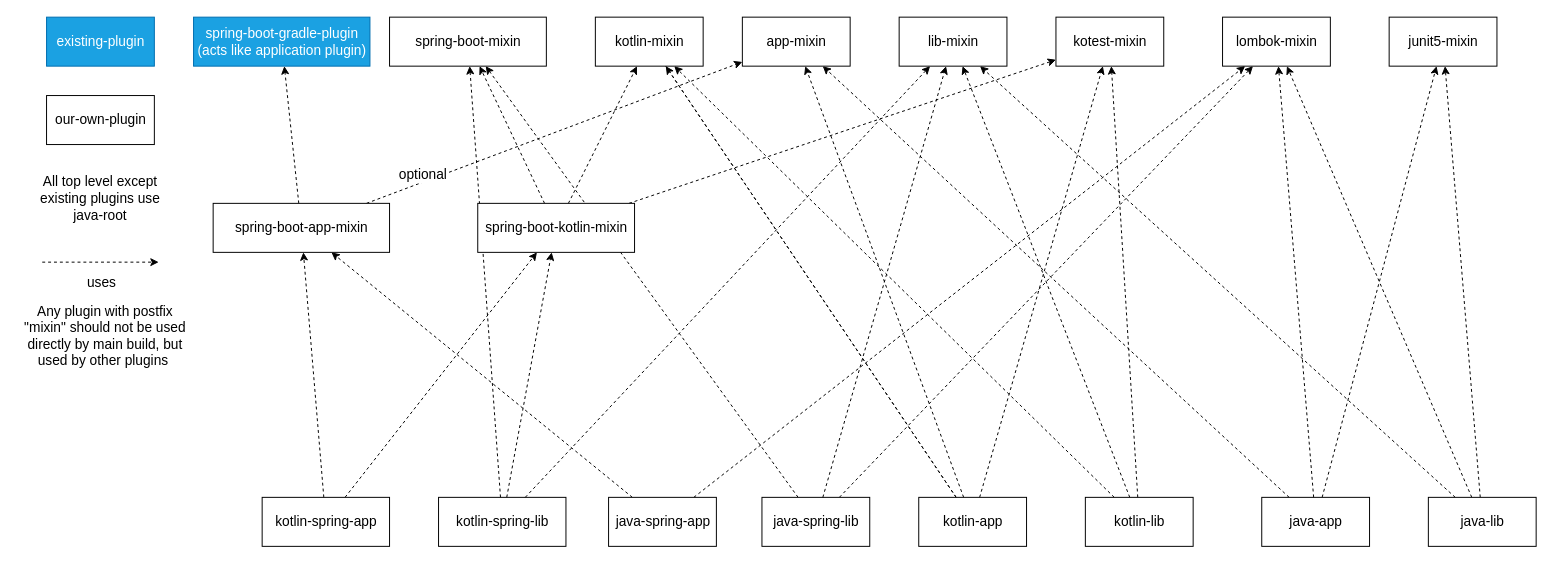
CXwudi/modern-gradle-template keeps this draw.io diagram as gradle/plugins/gradle plugins structure.drawio. Above is the earlier version. Source tidied: cells renumbered, new cells numbered last; positions are measured from the earlier drawing's top-left corner, leaving out a move shared by most shapes. Both pictures are drawn from the tidied source at 98%, with x=0, y=0 at pixel (17, 17).
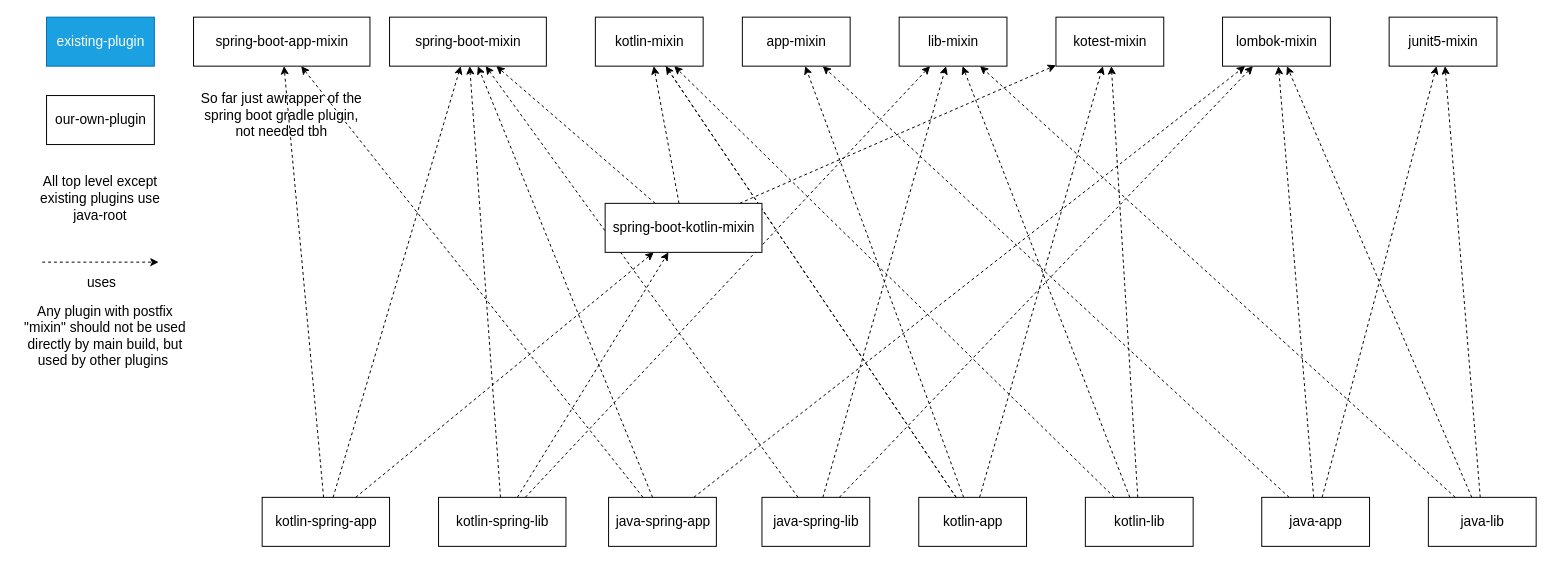
The same page after the edit.

The change refers to these unchanged cells:
```xml
<mxCell id="13" value="app-mixin" style="html=1;fontSize=14;" parent="1" vertex="1">
  <mxGeometry x="740" width="110" height="50" as="geometry" />
</mxCell>
<mxCell id="26" value="java-spring-app" style="html=1;fontSize=14;" parent="1" vertex="1">
  <mxGeometry x="603.5" y="490" width="110" height="50" as="geometry" />
</mxCell>
<mxCell id="32" value="kotlin-spring-app" style="html=1;fontSize=14;" parent="1" vertex="1">
  <mxGeometry x="250" y="490" width="130" height="50" as="geometry" />
</mxCell>
<mxCell id="36" value="spring-boot-mixin" style="html=1;fontSize=14;" parent="1" vertex="1">
  <mxGeometry x="380" width="160" height="50" as="geometry" />
</mxCell>
```

Change to the diagram source:
```diff
@@
+    <mxCell id="55" value="So far just awrapper of the&lt;br&gt;spring boot gradle plugin, not needed tbh" style="text;html=1;strokeColor=none;fillColor=none;align=center;verticalAlign=middle;whiteSpace=wrap;rounded=0;fontFamily=Helvetica;fontSize=14;fontColor=default;" parent="1" vertex="1">
+      <mxGeometry x="185" y="70" width="170" height="60" as="geometry" />
+    </mxCell>
@@
-    <mxCell id="12" value="spring-boot-gradle-plugin&lt;br&gt;(acts like application plugin)" style="html=1;fontSize=14;fillColor=#1ba1e2;fontColor=#ffffff;strokeColor=#006EAF;" parent="1" vertex="1">
-      <mxGeometry x="180" width="180" height="50" as="geometry" />
-    </mxCell>
@@
+    <mxCell id="56" style="edgeStyle=none;shape=connector;rounded=0;jettySize=auto;html=1;dashed=1;labelBackgroundColor=default;strokeColor=default;fontFamily=Helvetica;fontSize=14;fontColor=default;endArrow=classic;" parent="1" edge="1" source="26" target="36">
+      <mxGeometry relative="1" as="geometry" />
+    </mxCell>
@@
+    <mxCell id="31" style="edgeStyle=none;rounded=0;jettySize=auto;html=1;dashed=1;fontSize=14;" parent="1" edge="1" source="32" target="44">
+      <mxGeometry relative="1" as="geometry" />
+    </mxCell>
+    <mxCell id="57" style="edgeStyle=none;rounded=0;jettySize=auto;html=1;fontSize=14;dashed=1;" parent="1" edge="1" source="32" target="36">
+      <mxGeometry relative="1" as="geometry" />
+    </mxCell>
-    <mxCell id="30" style="rounded=0;jettySize=auto;html=1;dashed=1;fontSize=14;" parent="1" edge="1" source="32" target="54">
+    <mxCell id="30" style="edgeStyle=none;shape=connector;rounded=0;jettySize=auto;html=1;dashed=1;labelBackgroundColor=default;strokeColor=default;fontFamily=Helvetica;fontSize=14;fontColor=default;endArrow=classic;" parent="1" edge="1" source="32" target="54">
       <mxGeometry relative="1" as="geometry" />
     </mxCell>
-    <mxCell id="31" style="edgeStyle=none;rounded=0;jettySize=auto;html=1;dashed=1;fontSize=14;" parent="1" edge="1" source="32" target="44">
-      <mxGeometry relative="1" as="geometry" />
-    </mxCell>
@@
     <mxCell id="44" value="spring-boot-kotlin-mixin" style="html=1;fontSize=14;" parent="1" vertex="1">
-      <mxGeometry x="470" y="190" width="160" height="50" as="geometry" />
+      <mxGeometry x="600" y="190" width="160" height="50" as="geometry" />
     </mxCell>
@@
-    <mxCell id="51" style="edgeStyle=none;rounded=0;jettySize=auto;html=1;dashed=1;fontSize=14;" parent="1" edge="1" source="54" target="12">
-      <mxGeometry relative="1" as="geometry" />
-    </mxCell>
-    <mxCell id="52" style="edgeStyle=none;rounded=0;jettySize=auto;html=1;dashed=1;fontSize=14;" parent="1" edge="1" source="54" target="13">
-      <mxGeometry relative="1" as="geometry" />
-    </mxCell>
-    <mxCell id="53" value="optional" style="edgeLabel;html=1;align=center;verticalAlign=middle;fontSize=14;labelBorderColor=none;labelBackgroundColor=default;" parent="52" vertex="1">
-      <mxGeometry x="-0.71" y="1" relative="1" as="geometry">
-        <mxPoint x="2" y="-8" as="offset" />
-      </mxGeometry>
-    </mxCell>
     <mxCell id="54" value="spring-boot-app-mixin" style="html=1;fontSize=14;" parent="1" vertex="1">
-      <mxGeometry x="200" y="190" width="180" height="50" as="geometry" />
+      <mxGeometry x="180" width="180" height="50" as="geometry" />
     </mxCell>
```
